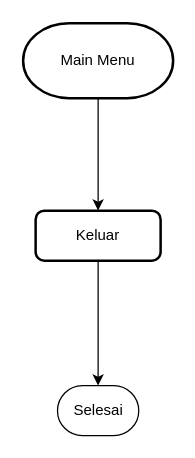
tobiadnan/CRUD-FRS-with-Java-Native keeps this draw.io diagram as exit.drawio. Above is the earlier version. Source tidied: cells renumbered, new cells numbered last; positions are measured from the earlier drawing's top-left corner, leaving out a move shared by most shapes. Both pictures are drawn from the tidied source at 125%, with x=0, y=0 at pixel (22, 22).
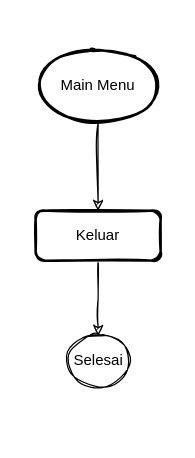
The same page after the edit.

The edit, as a diff of the source:
```diff
@@
 <mxGraphModel>
   <root>
     <mxCell id="0" />
     <mxCell id="1" parent="0" />
-    <mxCell id="2" value="Selesai" style="rounded=1;whiteSpace=wrap;html=1;fontSize=12;glass=0;strokeWidth=1;shadow=0;arcSize=50;" parent="1" vertex="1">
-      <mxGeometry x="27.5" y="290" width="65" height="40" as="geometry" />
+    <mxCell id="2" value="Selesai" style="strokeWidth=1;html=1;shape=mxgraph.flowchart.start_2;whiteSpace=wrap;shadow=0;fontFamily=Helvetica;fontSize=12;fontColor=#000000;align=center;strokeColor=#000000;fillColor=#ffffff;sketch=1;" parent="1" vertex="1">
+      <mxGeometry x="33.8" y="250" width="52.5" height="40" as="geometry" />
     </mxCell>
-    <mxCell id="3" style="edgeStyle=orthogonalEdgeStyle;rounded=0;jettySize=auto;html=1;" parent="1" edge="1" source="4" target="2">
+    <mxCell id="3" style="edgeStyle=orthogonalEdgeStyle;rounded=0;jettySize=auto;html=1;sketch=1;" parent="1" edge="1" source="4" target="2">
       <mxGeometry relative="1" as="geometry" />
     </mxCell>
-    <mxCell id="4" value="Keluar" style="rounded=1;whiteSpace=wrap;html=1;absoluteArcSize=1;arcSize=14;strokeWidth=2;" parent="1" vertex="1">
+    <mxCell id="4" value="Keluar" style="rounded=1;whiteSpace=wrap;html=1;absoluteArcSize=1;arcSize=14;strokeWidth=2;sketch=1;" parent="1" vertex="1">
       <mxGeometry x="10" y="150" width="100" height="40" as="geometry" />
     </mxCell>
-    <mxCell id="5" style="edgeStyle=orthogonalEdgeStyle;rounded=0;jettySize=auto;html=1;exitX=0.5;exitY=1;exitDx=0;exitDy=0;exitPerimeter=0;entryX=0.5;entryY=0;entryDx=0;entryDy=0;" parent="1" edge="1" source="6" target="4">
+    <mxCell id="5" style="edgeStyle=orthogonalEdgeStyle;rounded=0;jettySize=auto;html=1;exitX=0.5;exitY=1;exitDx=0;exitDy=0;exitPerimeter=0;entryX=0.5;entryY=0;entryDx=0;entryDy=0;sketch=1;" parent="1" edge="1" source="6" target="4">
       <mxGeometry relative="1" as="geometry" />
     </mxCell>
-    <mxCell id="6" value="Main Menu" style="strokeWidth=2;html=1;shape=mxgraph.flowchart.terminator;whiteSpace=wrap;" parent="1" vertex="1">
-      <mxGeometry width="120" height="60" as="geometry" />
+    <mxCell id="6" value="Main Menu" style="strokeWidth=2;html=1;shape=mxgraph.flowchart.start_2;whiteSpace=wrap;fontFamily=Helvetica;fontSize=12;fontColor=#000000;align=center;strokeColor=#000000;fillColor=#ffffff;sketch=1;" parent="1" vertex="1">
+      <mxGeometry x="10" y="20" width="100" height="60" as="geometry" />
     </mxCell>
   </root>
 </mxGraphModel>
```
